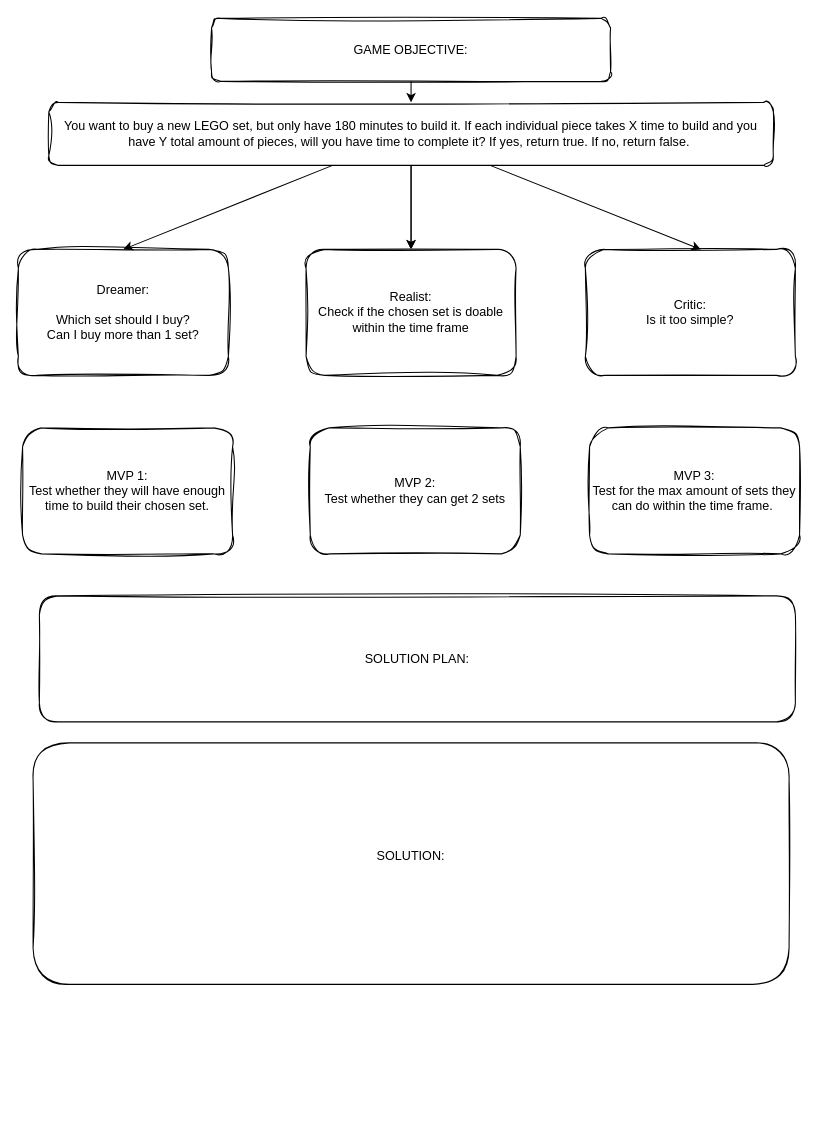
Earlier version of the draw.io diagram plan.drawio (SchoolOfCode/bc16-w6-hackathon-make-a-codewars-challenge-CourtRaee). Source tidied: cells renumbered, new cells numbered last; positions are measured from the earlier drawing's top-left corner, leaving out a move shared by most shapes. Both pictures are drawn from the tidied source at 105%, with x=0, y=0 at pixel (18, 18).
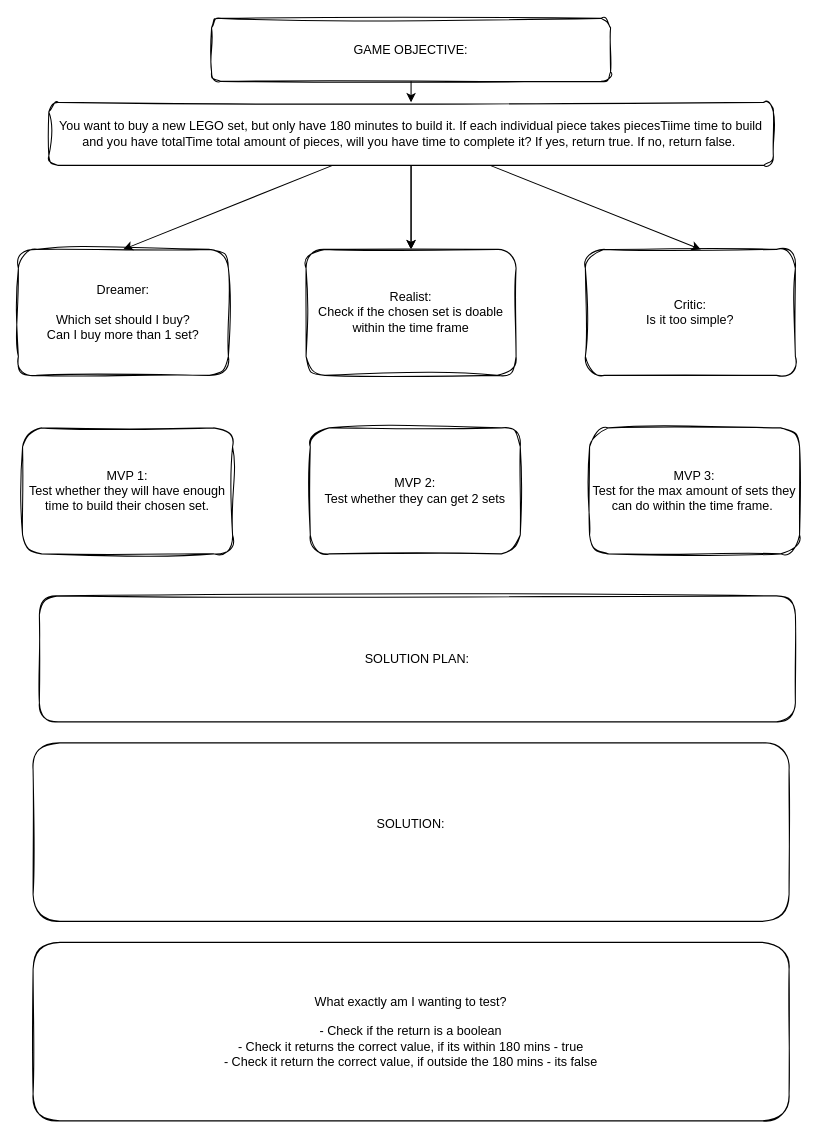
The same page after the edit.

Commit message:
Defining what I want to test

What changed in the source:
```diff
@@
 <mxGraphModel>
   <root>
     <mxCell id="0" />
     <mxCell id="1" parent="0" />
     <mxCell id="2" style="edgeStyle=none;html=1;" parent="1" edge="1" source="3" target="8">
       <mxGeometry relative="1" as="geometry" />
     </mxCell>
     <mxCell id="3" value="GAME OBJECTIVE:&lt;br&gt;" style="rounded=1;whiteSpace=wrap;html=1;sketch=1;curveFitting=1;jiggle=2;" parent="1" vertex="1">
       <mxGeometry x="184" width="380" height="60" as="geometry" />
     </mxCell>
     <mxCell id="4" style="edgeStyle=none;html=1;entryX=0.5;entryY=0;entryDx=0;entryDy=0;" parent="1" edge="1" source="8" target="9">
       <mxGeometry relative="1" as="geometry" />
     </mxCell>
     <mxCell id="5" style="edgeStyle=none;html=1;" parent="1" edge="1" source="8" target="10">
       <mxGeometry relative="1" as="geometry" />
     </mxCell>
     <mxCell id="6" style="edgeStyle=none;html=1;" parent="1" edge="1" source="8" target="10">
       <mxGeometry relative="1" as="geometry" />
     </mxCell>
     <mxCell id="7" style="edgeStyle=none;html=1;entryX=0.55;entryY=0;entryDx=0;entryDy=0;entryPerimeter=0;" parent="1" edge="1" source="8" target="11">
       <mxGeometry relative="1" as="geometry" />
     </mxCell>
-    <mxCell id="8" value="You want to buy a new LEGO set, but only have 180 minutes to build it. If each individual piece takes X time to build and you have Y total amount of pieces, will you have time to complete it? If yes, return true. If no, return false.&amp;nbsp;" style="whiteSpace=wrap;html=1;rounded=1;sketch=1;curveFitting=1;jiggle=2;" parent="1" vertex="1">
+    <mxCell id="8" value="You want to buy a new LEGO set, but only have 180 minutes to build it. If each individual piece takes piecesTiime time to build and you have totalTime total amount of pieces, will you have time to complete it? If yes, return true. If no, return false.&amp;nbsp;" style="whiteSpace=wrap;html=1;rounded=1;sketch=1;curveFitting=1;jiggle=2;" parent="1" vertex="1">
       <mxGeometry x="29" y="80" width="690" height="60" as="geometry" />
     </mxCell>
     <mxCell id="9" value="Dreamer:&lt;br&gt;&lt;br&gt;Which set should I buy?&lt;br&gt;Can I buy more than 1 set?" style="whiteSpace=wrap;html=1;rounded=1;sketch=1;curveFitting=1;jiggle=2;" parent="1" vertex="1">
       <mxGeometry y="220" width="200" height="120" as="geometry" />
     </mxCell>
     <mxCell id="10" value="Realist:&lt;br&gt;Check if the chosen set is doable within the time frame" style="whiteSpace=wrap;html=1;rounded=1;sketch=1;curveFitting=1;jiggle=2;" parent="1" vertex="1">
       <mxGeometry x="274" y="220" width="200" height="120" as="geometry" />
     </mxCell>
     <mxCell id="11" value="Critic:&lt;br&gt;Is it too simple?" style="whiteSpace=wrap;html=1;rounded=1;sketch=1;curveFitting=1;jiggle=2;" parent="1" vertex="1">
       <mxGeometry x="540" y="220" width="200" height="120" as="geometry" />
     </mxCell>
     <mxCell id="12" value="MVP 1:&lt;br&gt;Test whether they will have enough time to build their chosen set." style="whiteSpace=wrap;html=1;rounded=1;sketch=1;curveFitting=1;jiggle=2;" parent="1" vertex="1">
       <mxGeometry x="4" y="390" width="200" height="120" as="geometry" />
     </mxCell>
     <mxCell id="13" value="MVP 2:&lt;br&gt;Test whether they can get 2 sets" style="whiteSpace=wrap;html=1;rounded=1;sketch=1;curveFitting=1;jiggle=2;" parent="1" vertex="1">
       <mxGeometry x="278" y="390" width="200" height="120" as="geometry" />
     </mxCell>
     <mxCell id="14" value="MVP 3:&lt;br&gt;Test for the max amount of sets they can do within the time frame.&amp;nbsp;" style="whiteSpace=wrap;html=1;rounded=1;sketch=1;curveFitting=1;jiggle=2;" parent="1" vertex="1">
       <mxGeometry x="544" y="390" width="200" height="120" as="geometry" />
     </mxCell>
     <mxCell id="15" value="SOLUTION PLAN:&lt;br&gt;" style="rounded=1;whiteSpace=wrap;html=1;sketch=1;" parent="1" vertex="1">
       <mxGeometry x="20" y="550" width="720" height="120" as="geometry" />
     </mxCell>
     <mxCell id="16" value="SOLUTION:&lt;br&gt;&lt;br&gt;" style="rounded=1;whiteSpace=wrap;html=1;sketch=1;" parent="1" vertex="1">
-      <mxGeometry x="14" y="690" width="720" height="230" as="geometry" />
+      <mxGeometry x="14" y="690" width="720" height="170" as="geometry" />
     </mxCell>
+    <mxCell id="17" value="What exactly am I wanting to test?&lt;br&gt;&lt;br&gt;- Check if the return is a boolean&lt;br&gt;- Check it returns the correct value, if its within 180 mins - true&lt;br&gt;- Check it return the correct value, if outside the 180 mins - its false" style="rounded=1;whiteSpace=wrap;html=1;sketch=1;" parent="1" vertex="1">
+      <mxGeometry x="14" y="880" width="720" height="170" as="geometry" />
+    </mxCell>
   </root>
 </mxGraphModel>
```
